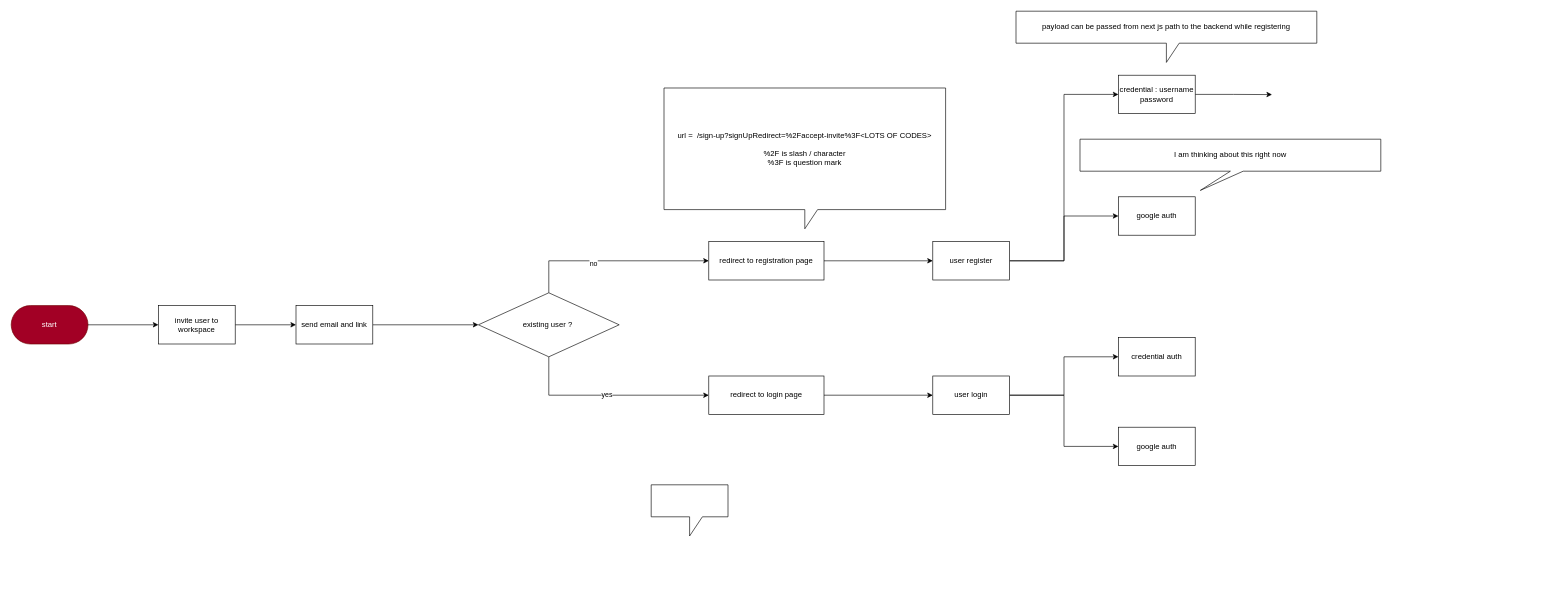
Earlier version of the draw.io diagram page "invitation#" (5 of 5) of sketch.drawio (danirisdiandita/Startup-Monorepo-Template). Source tidied: cells renumbered, new cells numbered last; positions are measured from the earlier drawing's top-left corner, leaving out a move shared by most shapes. Both pictures are drawn from the tidied source at 64%, with x=0, y=0 at pixel (11, 11).
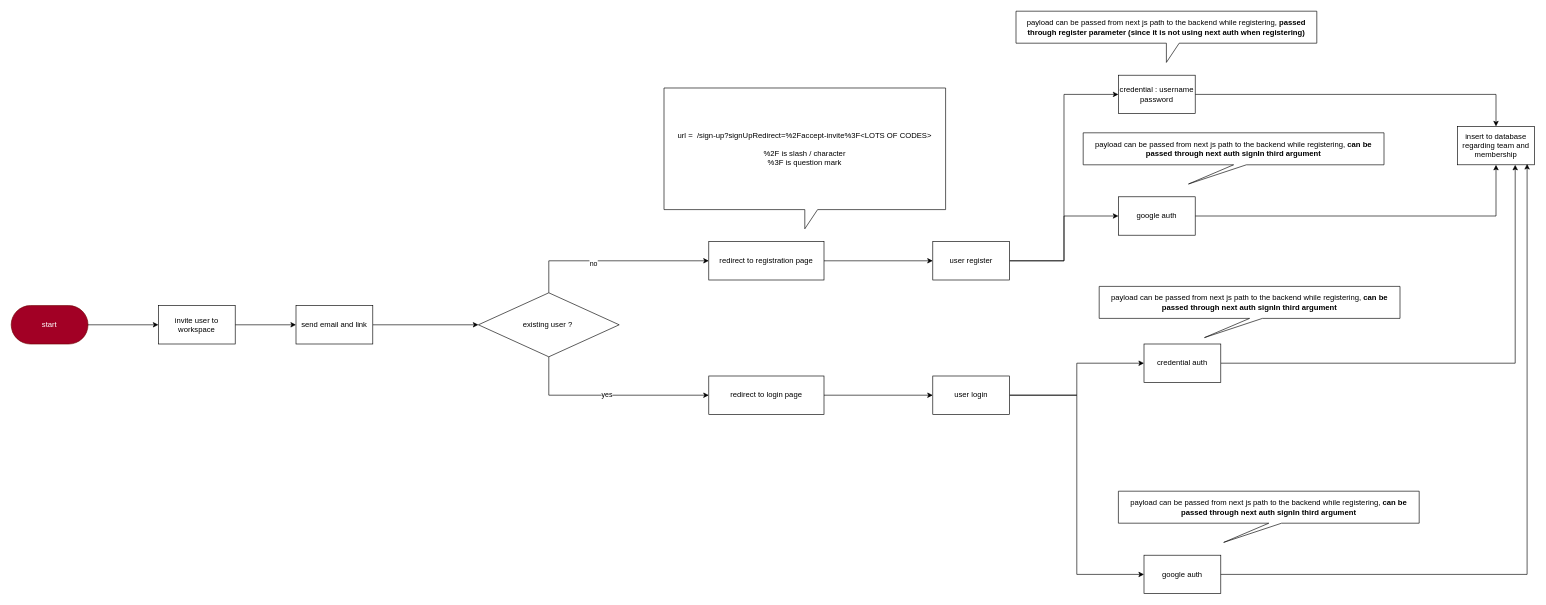
The same diagram, later.

Unchanged cells that the change refers to:
```xml
<mxCell id="26" value="credential : username password" style="rounded=0;whiteSpace=wrap;html=1;" parent="1" vertex="1">
  <mxGeometry x="1730" y="100" width="120" height="60" as="geometry" />
</mxCell>
<mxCell id="27" value="google auth" style="rounded=0;whiteSpace=wrap;html=1;" parent="1" vertex="1">
  <mxGeometry x="1730" y="290" width="120" height="60" as="geometry" />
</mxCell>
```

Change to the diagram source:
```diff
@@
-    <mxCell id="24" style="shape=callout;whiteSpace=wrap;html=1;perimeter=calloutPerimeter;" parent="1" vertex="1">
-      <mxGeometry x="1000" y="740" width="120" height="80" as="geometry" />
-    </mxCell>
-    <mxCell id="25" style="edgeStyle=orthogonalEdgeStyle;rounded=0;jettySize=auto;html=1;exitX=1;exitY=0.5;exitDx=0;exitDy=0;" parent="1" edge="1" source="26">
-      <mxGeometry relative="1" as="geometry">
-        <mxPoint x="1970" y="130.3" as="targetPoint" />
-      </mxGeometry>
+    <mxCell id="25" style="edgeStyle=orthogonalEdgeStyle;rounded=0;jettySize=auto;html=1;exitX=1;exitY=0.5;exitDx=0;exitDy=0;entryX=0.5;entryY=0;entryDx=0;entryDy=0;" parent="1" edge="1" source="26" target="35">
+      <mxGeometry relative="1" as="geometry" />
     </mxCell>
@@
+    <mxCell id="32" style="edgeStyle=orthogonalEdgeStyle;rounded=0;jettySize=auto;html=1;exitX=1;exitY=0.5;exitDx=0;exitDy=0;entryX=0.5;entryY=1;entryDx=0;entryDy=0;" parent="1" edge="1" source="27" target="35">
+      <mxGeometry relative="1" as="geometry" />
+    </mxCell>
@@
+    <mxCell id="33" style="edgeStyle=orthogonalEdgeStyle;rounded=0;jettySize=auto;html=1;exitX=1;exitY=0.5;exitDx=0;exitDy=0;entryX=0.75;entryY=1;entryDx=0;entryDy=0;" parent="1" edge="1" source="28" target="35">
+      <mxGeometry relative="1" as="geometry" />
+    </mxCell>
     <mxCell id="28" value="credential auth" style="rounded=0;whiteSpace=wrap;html=1;" parent="1" vertex="1">
-      <mxGeometry x="1730" y="510" width="120" height="60" as="geometry" />
+      <mxGeometry x="1770" y="520" width="120" height="60" as="geometry" />
     </mxCell>
     <mxCell id="29" value="google auth" style="rounded=0;whiteSpace=wrap;html=1;" parent="1" vertex="1">
-      <mxGeometry x="1730" y="650" width="120" height="60" as="geometry" />
+      <mxGeometry x="1770" y="850" width="120" height="60" as="geometry" />
     </mxCell>
-    <mxCell id="30" value="payload can be passed from next js path to the backend while registering" style="shape=callout;whiteSpace=wrap;html=1;perimeter=calloutPerimeter;" parent="1" vertex="1">
+    <mxCell id="30" value="payload can be passed from next js path to the backend while registering, &lt;b&gt;passed through register parameter (since it is not using next auth when registering)&lt;/b&gt;" style="shape=callout;whiteSpace=wrap;html=1;perimeter=calloutPerimeter;" parent="1" vertex="1">
       <mxGeometry x="1570" width="470" height="80" as="geometry" />
     </mxCell>
-    <mxCell id="31" value="I am thinking about this right now" style="shape=callout;whiteSpace=wrap;html=1;perimeter=calloutPerimeter;position2=0.4;" parent="1" vertex="1">
-      <mxGeometry x="1670" y="200" width="470" height="80" as="geometry" />
-    </mxCell>
+    <mxCell id="34" value="payload can be passed from next js path to the backend while registering, &lt;b&gt;can be passed through next auth signIn third argument&lt;/b&gt;" style="shape=callout;whiteSpace=wrap;html=1;perimeter=calloutPerimeter;position2=0.35;" parent="1" vertex="1">
+      <mxGeometry x="1675" y="190" width="470" height="80" as="geometry" />
+    </mxCell>
+    <mxCell id="35" value="insert to database regarding team and membership" style="rounded=0;whiteSpace=wrap;html=1;" parent="1" vertex="1">
+      <mxGeometry x="2260" y="180" width="120" height="60" as="geometry" />
+    </mxCell>
+    <mxCell id="36" value="payload can be passed from next js path to the backend while registering, &lt;b&gt;can be passed through next auth signIn third argument&lt;/b&gt;" style="shape=callout;whiteSpace=wrap;html=1;perimeter=calloutPerimeter;position2=0.35;" parent="1" vertex="1">
+      <mxGeometry x="1700" y="430" width="470" height="80" as="geometry" />
+    </mxCell>
+    <mxCell id="37" value="payload can be passed from next js path to the backend while registering, &lt;b&gt;can be passed through next auth signIn third argument&lt;/b&gt;" style="shape=callout;whiteSpace=wrap;html=1;perimeter=calloutPerimeter;position2=0.35;" parent="1" vertex="1">
+      <mxGeometry x="1730" y="750" width="470" height="80" as="geometry" />
+    </mxCell>
+    <mxCell id="38" style="edgeStyle=orthogonalEdgeStyle;rounded=0;jettySize=auto;html=1;exitX=1;exitY=0.5;exitDx=0;exitDy=0;entryX=0.905;entryY=0.978;entryDx=0;entryDy=0;entryPerimeter=0;" parent="1" edge="1" source="29" target="35">
+      <mxGeometry relative="1" as="geometry" />
+    </mxCell>
```
